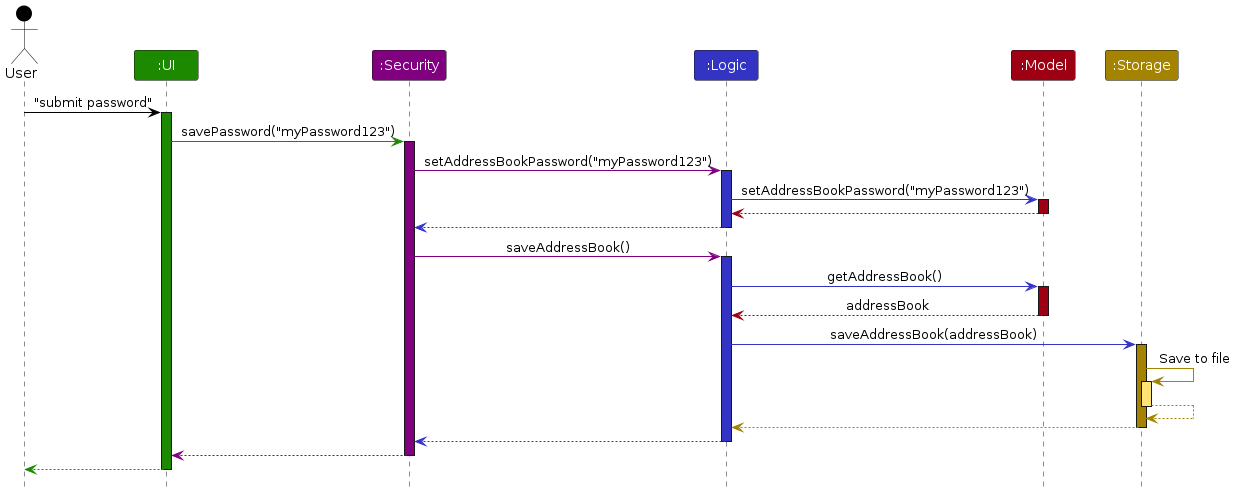
Before: diagrams/ArchitectureSequenceDiagram.png, a diagram exported from PlantUML (AY2526S2-CS2103T-T15-2/tp). Its source is kept beside it as diagrams/ArchitectureSequenceDiagram.puml. Source of this version:
```plantuml
@startuml
!include style.puml
skinparam ArrowFontStyle plain

Actor User as user USER_COLOR
Participant ":UI" as ui UI_COLOR
Participant ":Security" as security SECURITY_COLOR
Participant ":Logic" as logic LOGIC_COLOR
Participant ":Model" as model MODEL_COLOR
Participant ":Storage" as storage STORAGE_COLOR

user -[USER_COLOR]> ui : "submit password"
activate ui UI_COLOR

ui -[UI_COLOR]> security : savePassword("myPassword123")
activate security SECURITY_COLOR

security -[SECURITY_COLOR]> logic : setAddressBookPassword("myPassword123")
activate logic LOGIC_COLOR

logic -[LOGIC_COLOR]> model : setAddressBookPassword("myPassword123")
activate model MODEL_COLOR

model --[MODEL_COLOR]> logic
deactivate model

logic --[LOGIC_COLOR]> security
deactivate logic

security -[SECURITY_COLOR]> logic : saveAddressBook()
activate logic LOGIC_COLOR

logic -[LOGIC_COLOR]> model : getAddressBook()
activate model MODEL_COLOR

model --[MODEL_COLOR]> logic : addressBook
deactivate model

logic -[LOGIC_COLOR]> storage : saveAddressBook(addressBook)
activate storage STORAGE_COLOR

storage -[STORAGE_COLOR]> storage : Save to file
activate storage STORAGE_COLOR_T1
storage --[STORAGE_COLOR]> storage
deactivate storage

storage --[STORAGE_COLOR]> logic
deactivate storage

logic --[LOGIC_COLOR]> security
deactivate logic

security --[SECURITY_COLOR]> ui
deactivate security

ui--[UI_COLOR]> user
deactivate ui
@enduml
```
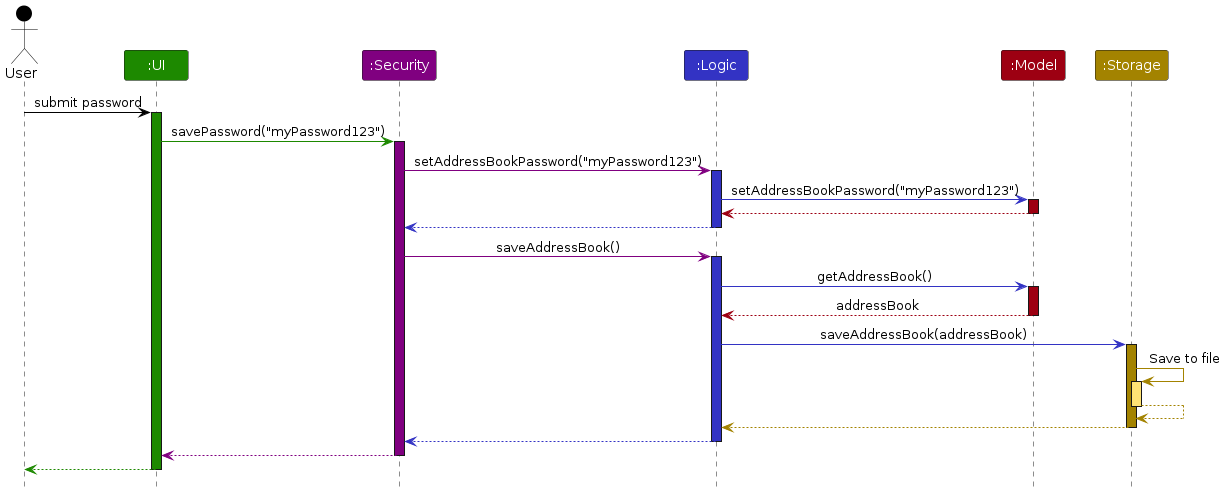
Above is the later version.

The edit, as a diff of the source:
```diff
@@ -9,7 +9,7 @@
 Participant ":Model" as model MODEL_COLOR
 Participant ":Storage" as storage STORAGE_COLOR
 
-user -[USER_COLOR]> ui : "submit password"
+user -[USER_COLOR]> ui : submit password
 activate ui UI_COLOR
 
 ui -[UI_COLOR]> security : savePassword("myPassword123")
```
